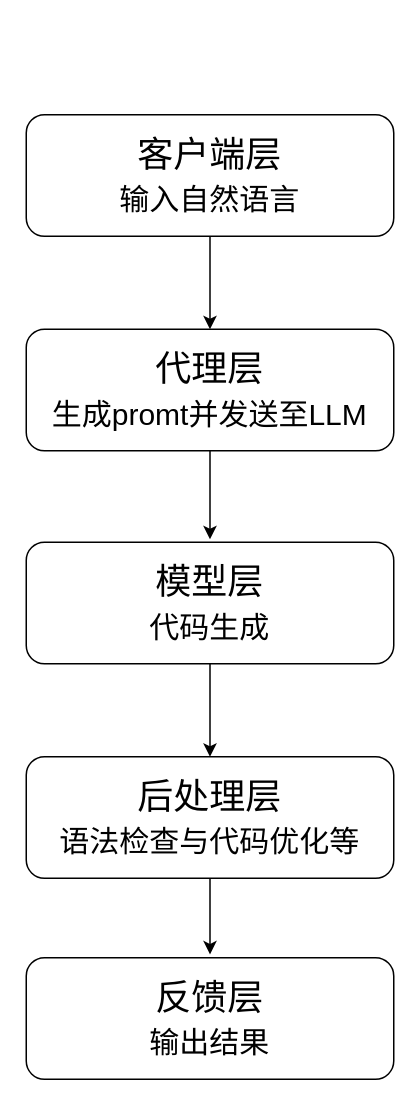
The draw.io diagram 代理工作流流程.drawio in Lzww0608/Graduate-Pictures, before the edit. Source tidied: cells renumbered, new cells numbered last; positions are measured from the earlier drawing's top-left corner, leaving out a move shared by most shapes. Both pictures are drawn from the tidied source at 150%, with x=0, y=0 at pixel (26, 114).
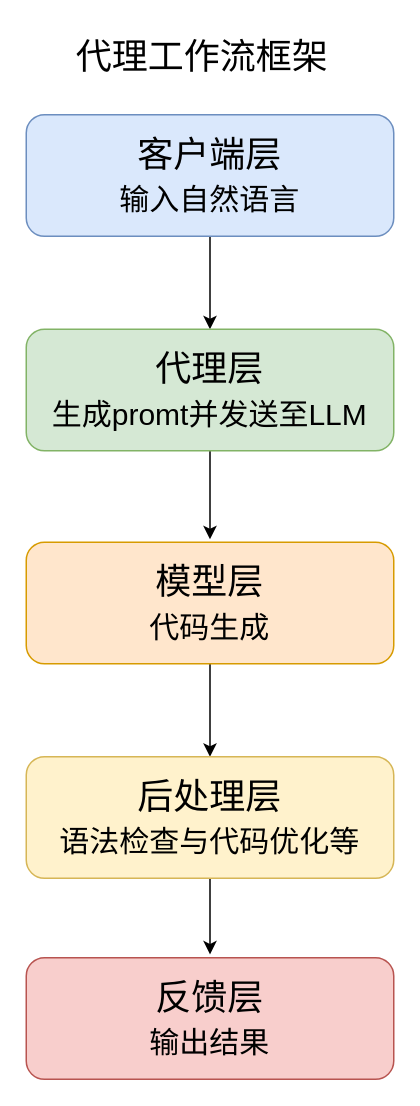
The same diagram, later.

Commit message (it also covers changes not shown here):
更新代理工作流流程.drawio

Change to the diagram source:
```diff
@@
 <mxGraphModel>
   <root>
     <mxCell id="0" />
     <mxCell id="1" parent="0" />
     <mxCell id="2" style="edgeStyle=orthogonalEdgeStyle;rounded=0;jettySize=auto;html=1;entryX=0.5;entryY=0;entryDx=0;entryDy=0;" parent="1" edge="1" source="3" target="5">
       <mxGeometry relative="1" as="geometry" />
     </mxCell>
-    <mxCell id="3" value="客户端层&lt;div&gt;&lt;font style=&quot;font-size: 20px;&quot;&gt;输入自然语言&lt;/font&gt;&lt;/div&gt;" style="rounded=1;whiteSpace=wrap;html=1;fontSize=24;" parent="1" vertex="1">
+    <mxCell id="3" value="客户端层&lt;div&gt;&lt;font style=&quot;font-size: 20px;&quot;&gt;输入自然语言&lt;/font&gt;&lt;/div&gt;" style="rounded=1;whiteSpace=wrap;html=1;fontSize=24;fillColor=#dae8fc;strokeColor=#6c8ebf;" parent="1" vertex="1">
       <mxGeometry width="245" height="81" as="geometry" />
     </mxCell>
     <mxCell id="4" style="edgeStyle=orthogonalEdgeStyle;rounded=0;jettySize=auto;html=1;" parent="1" edge="1" source="5">
       <mxGeometry relative="1" as="geometry">
         <mxPoint x="122.5" y="283" as="targetPoint" />
       </mxGeometry>
     </mxCell>
-    <mxCell id="5" value="代理层&lt;div&gt;&lt;font style=&quot;font-size: 20px;&quot;&gt;生成promt并发送至LLM&lt;/font&gt;&lt;/div&gt;" style="rounded=1;whiteSpace=wrap;html=1;fontSize=24;" parent="1" vertex="1">
+    <mxCell id="5" value="代理层&lt;div&gt;&lt;font style=&quot;font-size: 20px;&quot;&gt;生成promt并发送至LLM&lt;/font&gt;&lt;/div&gt;" style="rounded=1;whiteSpace=wrap;html=1;fontSize=24;fillColor=#d5e8d4;strokeColor=#82b366;" parent="1" vertex="1">
       <mxGeometry y="143" width="245" height="81" as="geometry" />
     </mxCell>
     <mxCell id="6" style="edgeStyle=orthogonalEdgeStyle;rounded=0;jettySize=auto;html=1;entryX=0.5;entryY=0;entryDx=0;entryDy=0;" parent="1" edge="1" source="7" target="10">
       <mxGeometry relative="1" as="geometry" />
     </mxCell>
-    <mxCell id="7" value="模型层&lt;div&gt;&lt;font style=&quot;font-size: 20px;&quot;&gt;代码生成&lt;/font&gt;&lt;/div&gt;" style="rounded=1;whiteSpace=wrap;html=1;fontSize=24;" parent="1" vertex="1">
+    <mxCell id="7" value="模型层&lt;div&gt;&lt;font style=&quot;font-size: 20px;&quot;&gt;代码生成&lt;/font&gt;&lt;/div&gt;" style="rounded=1;whiteSpace=wrap;html=1;fontSize=24;fillColor=#ffe6cc;strokeColor=#d79b00;" parent="1" vertex="1">
       <mxGeometry y="285" width="245" height="81" as="geometry" />
     </mxCell>
-    <mxCell id="8" value="反馈层&lt;div&gt;&lt;span style=&quot;font-size: 20px;&quot;&gt;输出结果&lt;/span&gt;&lt;/div&gt;" style="rounded=1;whiteSpace=wrap;html=1;fontSize=24;" parent="1" vertex="1">
+    <mxCell id="8" value="反馈层&lt;div&gt;&lt;span style=&quot;font-size: 20px;&quot;&gt;输出结果&lt;/span&gt;&lt;/div&gt;" style="rounded=1;whiteSpace=wrap;html=1;fontSize=24;fillColor=#f8cecc;strokeColor=#b85450;" parent="1" vertex="1">
       <mxGeometry y="562" width="245" height="81" as="geometry" />
     </mxCell>
     <mxCell id="9" style="edgeStyle=orthogonalEdgeStyle;rounded=0;jettySize=auto;html=1;" parent="1" edge="1" source="10">
       <mxGeometry relative="1" as="geometry">
         <mxPoint x="122.5" y="559.8" as="targetPoint" />
       </mxGeometry>
     </mxCell>
-    <mxCell id="10" value="后处理层&lt;div&gt;&lt;span style=&quot;font-size: 20px;&quot;&gt;语法检查与代码优化等&lt;/span&gt;&lt;/div&gt;" style="rounded=1;whiteSpace=wrap;html=1;fontSize=24;" parent="1" vertex="1">
+    <mxCell id="10" value="后处理层&lt;div&gt;&lt;span style=&quot;font-size: 20px;&quot;&gt;语法检查与代码优化等&lt;/span&gt;&lt;/div&gt;" style="rounded=1;whiteSpace=wrap;html=1;fontSize=24;fillColor=#fff2cc;strokeColor=#d6b656;" parent="1" vertex="1">
       <mxGeometry y="428" width="245" height="81" as="geometry" />
     </mxCell>
+    <mxCell id="11" value="代理工作流框架" style="text;html=1;align=center;verticalAlign=middle;strokeColor=none;fillColor=none;fontSize=24;" parent="1" vertex="1">
+      <mxGeometry x="24" y="-59" width="186" height="41" as="geometry" />
+    </mxCell>
   </root>
 </mxGraphModel>
```
